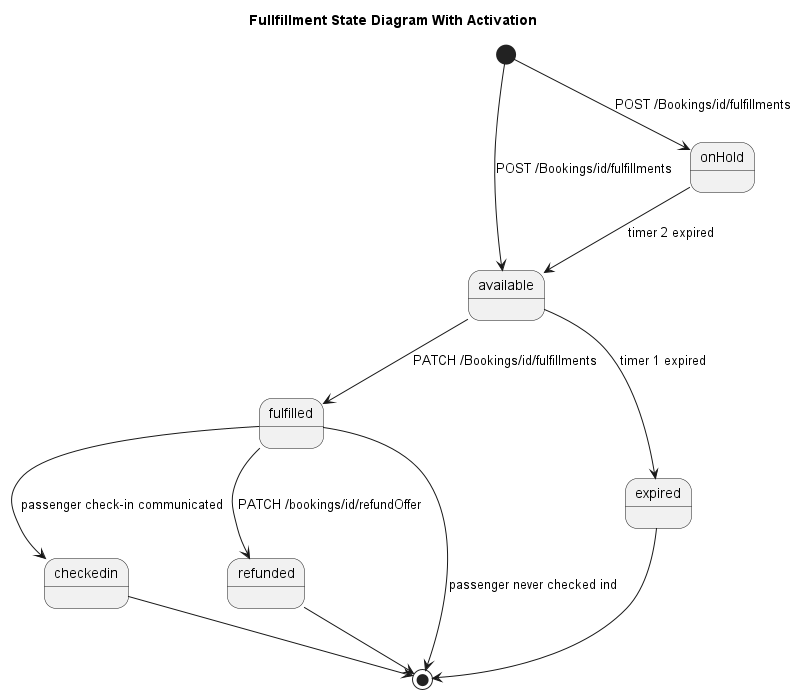
UnionInternationalCheminsdeFer/OSDM keeps this PlantUML diagram as images/models/fulfillment-state-model-with-activation.png. Above is the earlier version.
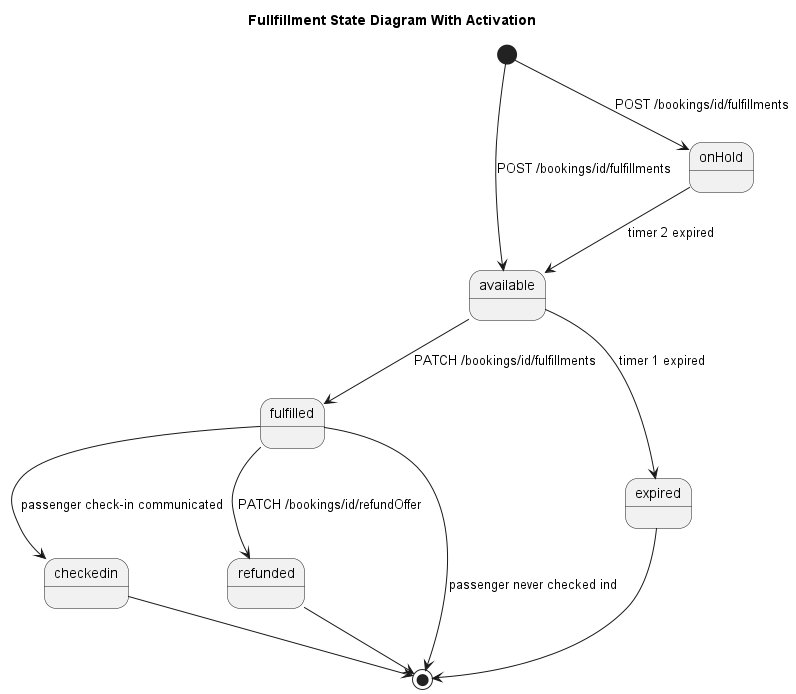
The same file after the commit.

Commit message:
correctly name state

The edit, as a diff of the source:
```diff
@@ -1,8 +1,8 @@
 @startuml
 title "Fullfillment State Diagram With Activation"
-[*] --> available: POST /Bookings/id/fulfillments
-[*] --> onHold: POST /Bookings/id/fulfillments
-available --> fulfilled: PATCH /Bookings/id/fulfillments
+[*] --> available: POST /bookings/id/fulfillments
+[*] --> onHold: POST /bookings/id/fulfillments
+available --> fulfilled: PATCH /bookings/id/fulfillments
 available --> expired: timer 1 expired
 onHold --> available: timer 2 expired
 fulfilled --> checkedin: passenger check-in communicated
```
